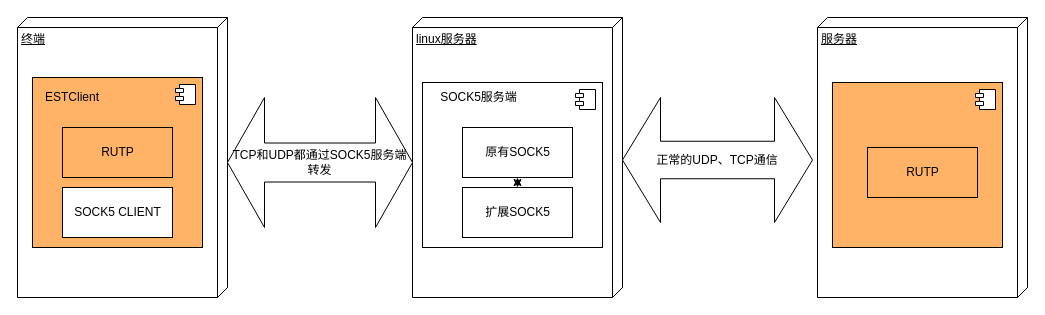
The draw.io diagram 未命名表单.drawio in chenjianjian/C-, before the edit. Source tidied: cells renumbered, new cells numbered last; positions are measured from the earlier drawing's top-left corner, leaving out a move shared by most shapes. Both pictures are drawn from the tidied source at 100%, with x=0, y=0 at pixel (17, 17).
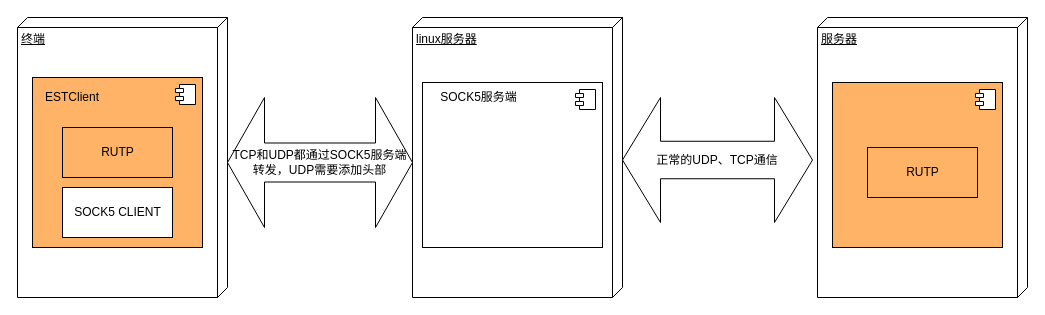
The same page after the edit.

Commit message:
原生SOCK5协议代理.drawio

The change refers to these unchanged cells:
```xml
<mxCell id="10" style="html=1;fillColor=#FFFFFF;" parent="1" vertex="1">
  <mxGeometry x="405" y="65" width="180" height="165" as="geometry" />
</mxCell>
```

What changed in the source:
```diff
@@
-    <mxCell id="12" value="原有SOCK5" style="html=1;fillColor=#FFFFFF;" parent="10" vertex="1">
-      <mxGeometry x="40" y="45" width="110" height="50" as="geometry" />
-    </mxCell>
-    <mxCell id="13" value="扩展SOCK5" style="html=1;fillColor=#FFFFFF;" parent="10" vertex="1">
-      <mxGeometry x="40" y="105" width="110" height="50" as="geometry" />
-    </mxCell>
-    <mxCell id="14" style="endArrow=classic;startArrow=classic;html=1;entryX=0.5;entryY=0;entryDx=0;entryDy=0;exitX=0.5;exitY=1;exitDx=0;exitDy=0;" parent="10" edge="1" source="12" target="13">
-      <mxGeometry relative="1" as="geometry" />
-    </mxCell>
@@
-    <mxCell id="19" value="TCP和UDP都通过SOCK5服务端转发" style="shape=doubleArrow;whiteSpace=wrap;html=1;fillColor=#FFFFFF;" parent="1" vertex="1">
+    <mxCell id="19" value="TCP和UDP都通过SOCK5服务端转发，UDP需要添加头部" style="shape=doubleArrow;whiteSpace=wrap;html=1;fillColor=#FFFFFF;" parent="1" vertex="1">
       <mxGeometry x="210" y="80" width="185" height="130" as="geometry" />
     </mxCell>
```
